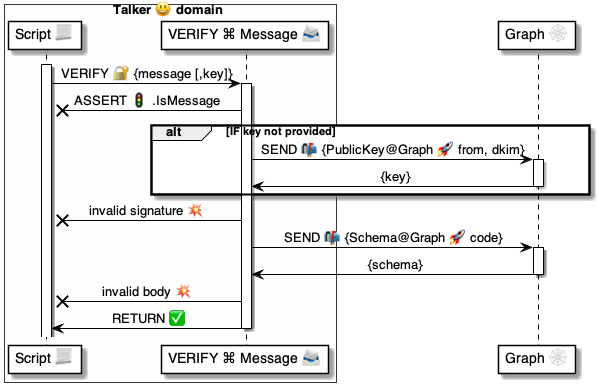
This is 4 ⚙️ Solution/37 Scripts 📃/📃 Commands ⌘/⌘ for messages 📨/VERIFY 🔐/VERIFY Message 📨/🔐 Message ⚙️ uml.png from pollyweb-org/pollyweb-docs, a PlantUML export, as it was before one commit. Its source is kept beside it as 4 ⚙️ Solution/37 Scripts 📃/📃 Commands ⌘/⌘ for messages 📨/VERIFY 🔐/VERIFY Message 📨/🔐 Message ⚙️ uml.puml. Its diagram source:
```plantuml
@startuml VERIFY Domain Message 📨

box Talker 😃 domain #FFFFFA
    participant "Script 📃" as script
    participant "VERIFY ⌘ Message 📨" as verify
end box
participant "Graph 🕸" as graph


activate script
    script -> verify: VERIFY 🔐 {message [,key]}

activate verify

    verify -x script: ASSERT 🚦 .IsMessage

    alt IF key not provided
        verify -> graph: SEND 📬 {PublicKey@Graph 🚀 from, dkim}
        activate graph
            graph -> verify: {key}
        deactivate graph
    end alt

    verify -x script: invalid signature 💥

    verify -> graph: SEND 📬 {Schema@Graph 🚀 code}
    activate graph
        graph -> verify: {schema}
    deactivate graph

    verify -x script: invalid body 💥

    verify -> script: RETURN ✅

deactivate verify


@enduml
```
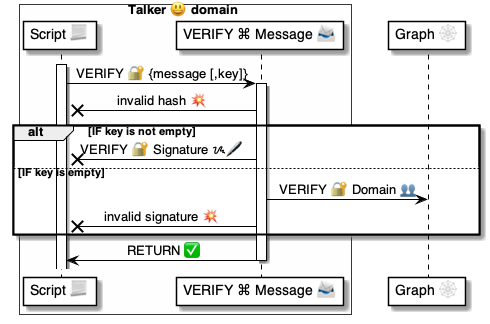
The same file after the commit.

What changed in the source:
```diff
@@ -12,23 +12,14 @@
 
 activate verify
 
-    verify -x script: ASSERT 🚦 .IsMessage
+    verify -x script: invalid hash 💥
 
-    alt IF key not provided
-        verify -> graph: SEND 📬 {PublicKey@Graph 🚀 from, dkim}
-        activate graph
-            graph -> verify: {key}
-        deactivate graph
+    alt IF key is not empty
+        verify -x script: VERIFY 🔐 Signature ᝰ🖊
+    else IF key is empty
+        verify -> graph: VERIFY 🔐 Domain 👥
+        verify -x script: invalid signature 💥
     end alt
-
-    verify -x script: invalid signature 💥
-
-    verify -> graph: SEND 📬 {Schema@Graph 🚀 code}
-    activate graph
-        graph -> verify: {schema}
-    deactivate graph
-
-    verify -x script: invalid body 💥
 
     verify -> script: RETURN ✅
 
```
